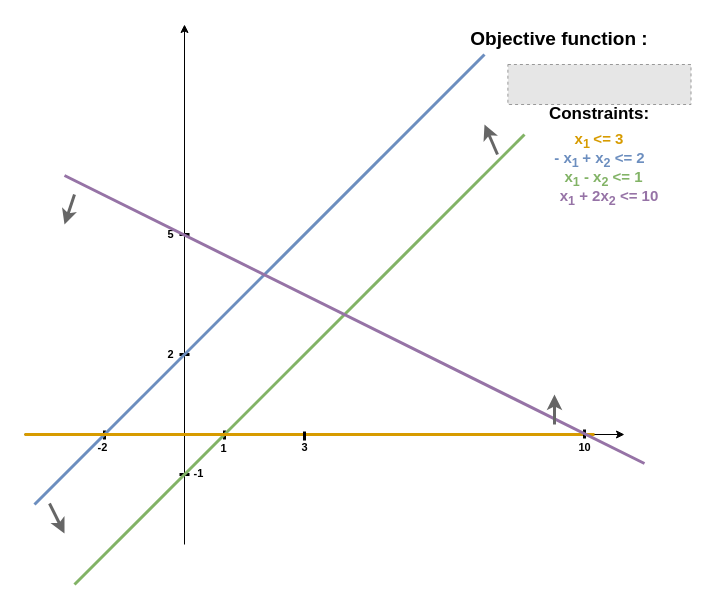
Earlier version of the draw.io diagram Untitled Diagram.drawio (khalidsabih/NumericalMethods). Source tidied: cells renumbered, new cells numbered last; positions are measured from the earlier drawing's top-left corner, leaving out a move shared by most shapes. Both pictures are drawn from the tidied source at 100%, with x=0, y=0 at pixel (24, 24). Pictures stored in the file or linked from it are replaced by grey dashed boxes.
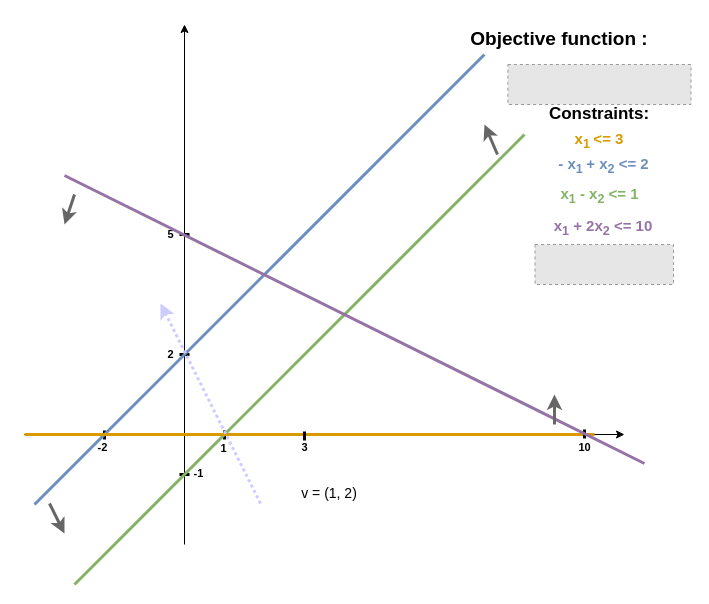
Above is the later version.

The edit, as a diff of the source:
```diff
@@
     <mxCell id="30" value="&lt;b style=&quot;font-size: 15px&quot;&gt;&lt;font color=&quot;#6c8ebf&quot; style=&quot;font-size: 15px&quot;&gt;- x&lt;sub&gt;1&amp;nbsp;&lt;/sub&gt;+ x&lt;sub&gt;2&lt;/sub&gt;&amp;nbsp;&amp;lt;&lt;span&gt;= 2&lt;/span&gt;&lt;/font&gt;&lt;/b&gt;" style="text;html=1;strokeColor=none;fillColor=none;align=center;verticalAlign=middle;whiteSpace=wrap;rounded=0;" parent="1" vertex="1">
-      <mxGeometry x="518.8" y="114" width="112.5" height="41" as="geometry" />
+      <mxGeometry x="522.8" y="120" width="112.5" height="41" as="geometry" />
     </mxCell>
     <mxCell id="31" value="&lt;b style=&quot;font-size: 15px&quot;&gt;&lt;font style=&quot;font-size: 15px&quot; color=&quot;#82b366&quot;&gt;x&lt;sub&gt;1&lt;/sub&gt;&amp;nbsp;- x&lt;sub&gt;2&lt;/sub&gt;&amp;nbsp;&amp;lt;= 1&lt;/font&gt;&lt;/b&gt;" style="text;html=1;strokeColor=none;fillColor=none;align=center;verticalAlign=middle;whiteSpace=wrap;rounded=0;" parent="1" vertex="1">
-      <mxGeometry x="522.8" y="133" width="112.5" height="41" as="geometry" />
+      <mxGeometry x="518.8" y="150" width="112.5" height="41" as="geometry" />
     </mxCell>
     <mxCell id="32" value="&lt;b style=&quot;font-size: 15px&quot;&gt;&lt;font style=&quot;font-size: 15px&quot; color=&quot;#9673a6&quot;&gt;x&lt;sub&gt;1&lt;/sub&gt;&amp;nbsp;+ 2x&lt;sub&gt;2&lt;/sub&gt;&amp;nbsp;&amp;lt;= 10&lt;/font&gt;&lt;/b&gt;" style="text;html=1;strokeColor=none;fillColor=none;align=center;verticalAlign=middle;whiteSpace=wrap;rounded=0;" parent="1" vertex="1">
-      <mxGeometry x="520" y="145" width="130" height="55" as="geometry" />
+      <mxGeometry x="509" y="170" width="140" height="65" as="geometry" />
     </mxCell>
+    <mxCell id="33" style="fillColor=#E6E6E6;strokeColor=#999999;dashed=1;verticalLabelPosition=bottom;labelBackgroundColor=#ffffff;verticalAlign=top;" parent="1" vertex="1">
+      <mxGeometry x="510.5" y="220" width="138.5" height="40" as="geometry" />
+    </mxCell>
+    <mxCell id="34" value="v = (1, 2)" style="text;html=1;strokeColor=none;fillColor=none;align=center;verticalAlign=middle;whiteSpace=wrap;rounded=0;fontSize=14;" parent="1" vertex="1">
+      <mxGeometry x="270" y="459" width="70" height="20" as="geometry" />
+    </mxCell>
+    <mxCell id="35" style="endArrow=classic;html=1;strokeWidth=3;fontSize=14;labelBorderColor=none;dashed=1;dashPattern=1 1;strokeColor=#CCCCFF;" parent="1" edge="1">
+      <mxGeometry relative="1" as="geometry">
+        <mxPoint x="236" y="479" as="sourcePoint" />
+        <mxPoint x="136" y="279" as="targetPoint" />
+      </mxGeometry>
+    </mxCell>
```
